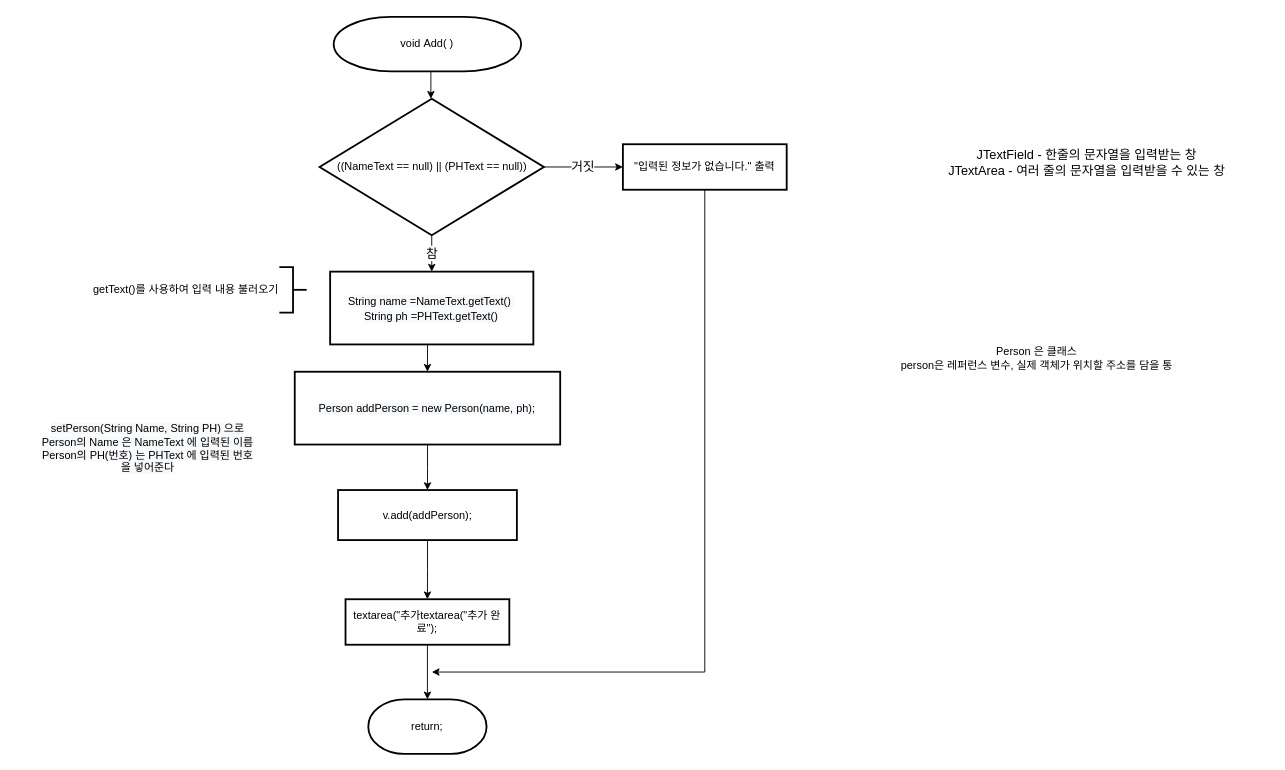
Above: 순서도/Add 기능 순서도_java.drawio in skatld123/PH_list_java (draw.io), before the change. Source tidied: cells renumbered, new cells numbered last; positions are measured from the earlier drawing's top-left corner, leaving out a move shared by most shapes. Both pictures are drawn from the tidied source at 91%, with x=0, y=0 at pixel (15, 16).
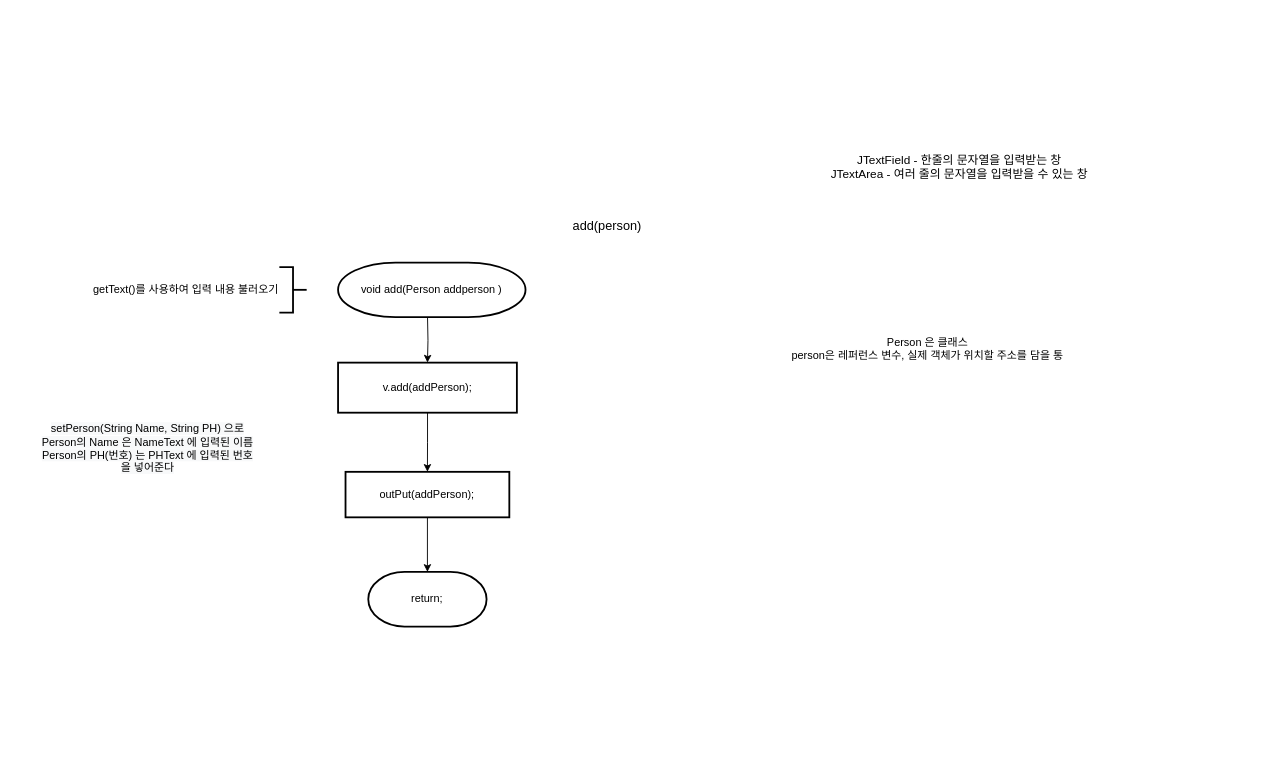
The same diagram, later.

Commit message:
Add 기능 순서도_java.drawio 업데이트

The edit, as a diff of the source:
```diff
@@
-    <mxCell id="2" style="edgeStyle=orthogonalEdgeStyle;rounded=0;jettySize=auto;html=1;exitX=0.5;exitY=1;exitDx=0;exitDy=0;exitPerimeter=0;entryX=0.5;entryY=0;entryDx=0;entryDy=0;" parent="1" edge="1" source="3">
-      <mxGeometry relative="1" as="geometry">
-        <mxPoint x="456" y="90" as="targetPoint" />
-      </mxGeometry>
-    </mxCell>
-    <mxCell id="3" value="&lt;span style=&quot;text-align: left&quot;&gt;void&amp;nbsp;&lt;/span&gt;&lt;span style=&quot;text-align: left&quot;&gt;Add( )&lt;/span&gt;" style="strokeWidth=2;html=1;shape=mxgraph.flowchart.terminator;whiteSpace=wrap;" parent="1" vertex="1">
-      <mxGeometry x="349.2" width="206" height="60" as="geometry" />
+    <mxCell id="3" value="&lt;span style=&quot;text-align: left&quot;&gt;void add(Person addperson )&lt;/span&gt;" style="strokeWidth=2;html=1;shape=mxgraph.flowchart.terminator;whiteSpace=wrap;" parent="1" vertex="1">
+      <mxGeometry x="354" y="270" width="206" height="60" as="geometry" />
     </mxCell>
     <mxCell id="4" value="return;" style="strokeWidth=2;html=1;shape=mxgraph.flowchart.terminator;whiteSpace=wrap;" parent="1" vertex="1">
-      <mxGeometry x="387.2" y="750" width="130" height="60" as="geometry" />
+      <mxGeometry x="387.2" y="610" width="130" height="60" as="geometry" />
     </mxCell>
@@
-    <mxCell id="6" value="textarea(&quot;추가textarea(&quot;추가 완료&quot;);" style="rounded=1;whiteSpace=wrap;html=1;absoluteArcSize=1;arcSize=0;strokeWidth=2;" parent="1" vertex="1">
-      <mxGeometry x="362.2" y="640" width="180" height="50" as="geometry" />
+    <mxCell id="6" value="outPut(addPerson);" style="rounded=1;whiteSpace=wrap;html=1;absoluteArcSize=1;arcSize=0;strokeWidth=2;" parent="1" vertex="1">
+      <mxGeometry x="362.2" y="500" width="180" height="50" as="geometry" />
     </mxCell>
     <mxCell id="7" value="Person 은 클래스&lt;br&gt;person은 레퍼런스 변수, 실제 객체가 위치할 주소를 담을 통" style="text;html=1;strokeColor=none;fillColor=none;align=center;verticalAlign=middle;whiteSpace=wrap;rounded=0;" parent="1" vertex="1">
-      <mxGeometry x="957" y="320" width="330" height="110" as="geometry" />
+      <mxGeometry x="837" y="310" width="330" height="110" as="geometry" />
     </mxCell>
@@
     <mxCell id="9" value="&lt;p style=&quot;line-height: 140%&quot;&gt;&lt;span&gt;v.add(&lt;/span&gt;&lt;span style=&quot;font-family: &amp;#34;helvetica&amp;#34;&quot;&gt;addPerson&lt;/span&gt;&lt;span&gt;);&lt;/span&gt;&lt;br&gt;&lt;/p&gt;" style="rounded=1;whiteSpace=wrap;html=1;absoluteArcSize=1;arcSize=0;strokeWidth=2;align=center;" parent="1" vertex="1">
-      <mxGeometry x="354" y="520" width="196.5" height="55" as="geometry" />
+      <mxGeometry x="354" y="380" width="196.5" height="55" as="geometry" />
     </mxCell>
-    <mxCell id="10" value="거짓" style="edgeStyle=orthogonalEdgeStyle;rounded=0;jettySize=auto;html=1;exitX=1;exitY=0.5;exitDx=0;exitDy=0;exitPerimeter=0;entryX=0;entryY=0.5;entryDx=0;entryDy=0;fontSize=14;" parent="1" edge="1" source="12" target="16">
-      <mxGeometry relative="1" as="geometry" />
-    </mxCell>
-    <mxCell id="11" value="참" style="edgeStyle=orthogonalEdgeStyle;rounded=0;jettySize=auto;html=1;exitX=0.5;exitY=1;exitDx=0;exitDy=0;exitPerimeter=0;entryX=0.5;entryY=0;entryDx=0;entryDy=0;fontSize=14;" parent="1" edge="1" source="12" target="21">
-      <mxGeometry relative="1" as="geometry" />
-    </mxCell>
-    <mxCell id="12" value="((NameText == null) || (PHText == null))" style="strokeWidth=2;html=1;shape=mxgraph.flowchart.decision;whiteSpace=wrap;" parent="1" vertex="1">
-      <mxGeometry x="333.7" y="90" width="246.5" height="150" as="geometry" />
-    </mxCell>
@@
-    <mxCell id="15" style="edgeStyle=orthogonalEdgeStyle;rounded=0;jettySize=auto;html=1;exitX=0.5;exitY=1;exitDx=0;exitDy=0;fontSize=14;" parent="1" edge="1" source="16">
-      <mxGeometry relative="1" as="geometry">
-        <mxPoint x="457" y="720" as="targetPoint" />
-        <Array as="points">
-          <mxPoint x="757" y="720" />
-        </Array>
-      </mxGeometry>
-    </mxCell>
-    <mxCell id="16" value="&quot;입력된 정보가 없습니다.&quot; 출력" style="rounded=1;whiteSpace=wrap;html=1;absoluteArcSize=1;arcSize=0;strokeWidth=2;" parent="1" vertex="1">
-      <mxGeometry x="667" y="140" width="180" height="50" as="geometry" />
-    </mxCell>
-    <mxCell id="17" value="JTextField - 한줄의 문자열을 입력받는 창&lt;br&gt;JTextArea - 여러 줄의 문자열을 입력받을 수 있는 창" style="text;html=1;strokeColor=none;fillColor=none;align=center;verticalAlign=middle;whiteSpace=wrap;rounded=0;fontSize=14;" parent="1" vertex="1">
-      <mxGeometry x="977" y="110" width="400" height="100" as="geometry" />
+    <mxCell id="17" value="JTextField - 한줄의 문자열을 입력받는 창&lt;br style=&quot;font-size: 13px;&quot;&gt;JTextArea - 여러 줄의 문자열을 입력받을 수 있는 창" style="text;html=1;strokeColor=none;fillColor=none;align=center;verticalAlign=middle;whiteSpace=wrap;rounded=0;fontSize=13;" parent="1" vertex="1">
+      <mxGeometry x="837" y="115" width="400" height="100" as="geometry" />
     </mxCell>
-    <mxCell id="18" style="edgeStyle=orthogonalEdgeStyle;rounded=0;jettySize=auto;html=1;entryX=0.5;entryY=0;entryDx=0;entryDy=0;fontSize=14;" parent="1" edge="1" source="19" target="9">
-      <mxGeometry relative="1" as="geometry" />
+    <mxCell id="18" style="edgeStyle=orthogonalEdgeStyle;rounded=0;jettySize=auto;html=1;entryX=0.5;entryY=0;entryDx=0;entryDy=0;fontSize=14;" parent="1" edge="1" target="9">
+      <mxGeometry relative="1" as="geometry">
+        <mxPoint x="452.3" y="330" as="sourcePoint" />
+      </mxGeometry>
     </mxCell>
-    <mxCell id="19" value="&lt;span style=&quot;color: rgb(0 , 0 , 0) ; font-family: &amp;#34;helvetica&amp;#34; ; font-size: 12px ; font-style: normal ; font-weight: 400 ; letter-spacing: normal ; text-align: center ; text-indent: 0px ; text-transform: none ; word-spacing: 0px ; background-color: rgb(248 , 249 , 250) ; display: inline ; float: none&quot;&gt;Person addPerson = new Person(name, ph);&lt;/span&gt;" style="rounded=1;whiteSpace=wrap;html=1;absoluteArcSize=1;arcSize=0;strokeWidth=2;fontSize=14;" parent="1" vertex="1">
-      <mxGeometry x="306.4" y="390" width="291.7" height="80" as="geometry" />
-    </mxCell>
-    <mxCell id="20" style="edgeStyle=orthogonalEdgeStyle;rounded=0;jettySize=auto;html=1;exitX=0.5;exitY=1;exitDx=0;exitDy=0;entryX=0.5;entryY=0;entryDx=0;entryDy=0;fontSize=14;" parent="1" edge="1" source="21" target="19">
-      <mxGeometry relative="1" as="geometry" />
-    </mxCell>
-    <mxCell id="21" value="&lt;span style=&quot;color: rgb(0 , 0 , 0) ; font-family: &amp;#34;helvetica&amp;#34; ; font-size: 12px ; font-style: normal ; font-weight: 400 ; letter-spacing: normal ; text-align: center ; text-indent: 0px ; text-transform: none ; word-spacing: 0px ; background-color: rgb(248 , 249 , 250) ; display: inline ; float: none&quot;&gt;String name =NameText.getText()&lt;/span&gt;&lt;span style=&quot;color: rgb(0 , 0 , 0) ; font-family: &amp;#34;helvetica&amp;#34; ; font-size: 12px ; font-style: normal ; font-weight: 400 ; letter-spacing: normal ; text-indent: 0px ; text-transform: none ; word-spacing: 0px ; background-color: rgb(248 , 249 , 250) ; text-align: left&quot;&gt;&amp;nbsp;&lt;br&gt;&lt;/span&gt;&lt;span style=&quot;color: rgb(0 , 0 , 0) ; font-family: &amp;#34;helvetica&amp;#34; ; font-size: 12px ; font-style: normal ; font-weight: 400 ; letter-spacing: normal ; text-align: center ; text-indent: 0px ; text-transform: none ; word-spacing: 0px ; background-color: rgb(248 , 249 , 250) ; display: inline ; float: none&quot;&gt;String ph =PHText.getText()&lt;/span&gt;" style="rounded=1;whiteSpace=wrap;html=1;absoluteArcSize=1;arcSize=0;strokeWidth=2;fontSize=14;" parent="1" vertex="1">
-      <mxGeometry x="345.3" y="280" width="223.3" height="80" as="geometry" />
-    </mxCell>
@@
+    <mxCell id="23" value="add(person)" style="text;html=1;strokeColor=none;fillColor=none;align=center;verticalAlign=middle;whiteSpace=wrap;rounded=0;fontSize=14;" parent="1" vertex="1">
+      <mxGeometry x="560" y="205" width="180" height="50" as="geometry" />
+    </mxCell>
```
